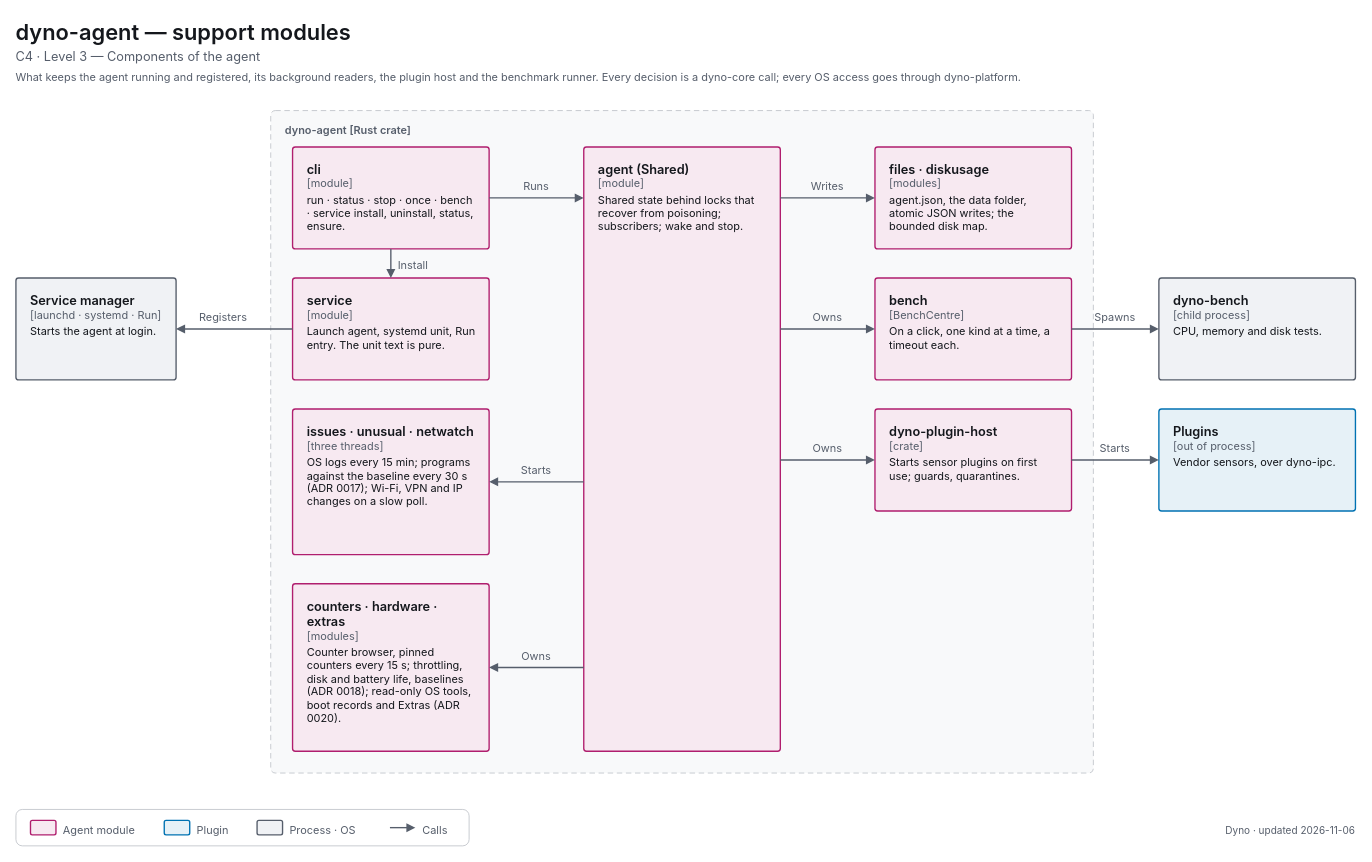
This is apps/dyno/diagrams/c4-3-components-agent-support.drawio from decryp7/paddock, a draw.io file, before an edit. Source tidied: cells renumbered, new cells numbered last; positions are measured from the earlier drawing's top-left corner, leaving out a move shared by most shapes. Both pictures are drawn from the tidied source at 91%, with x=0, y=0 at pixel (15, 15).
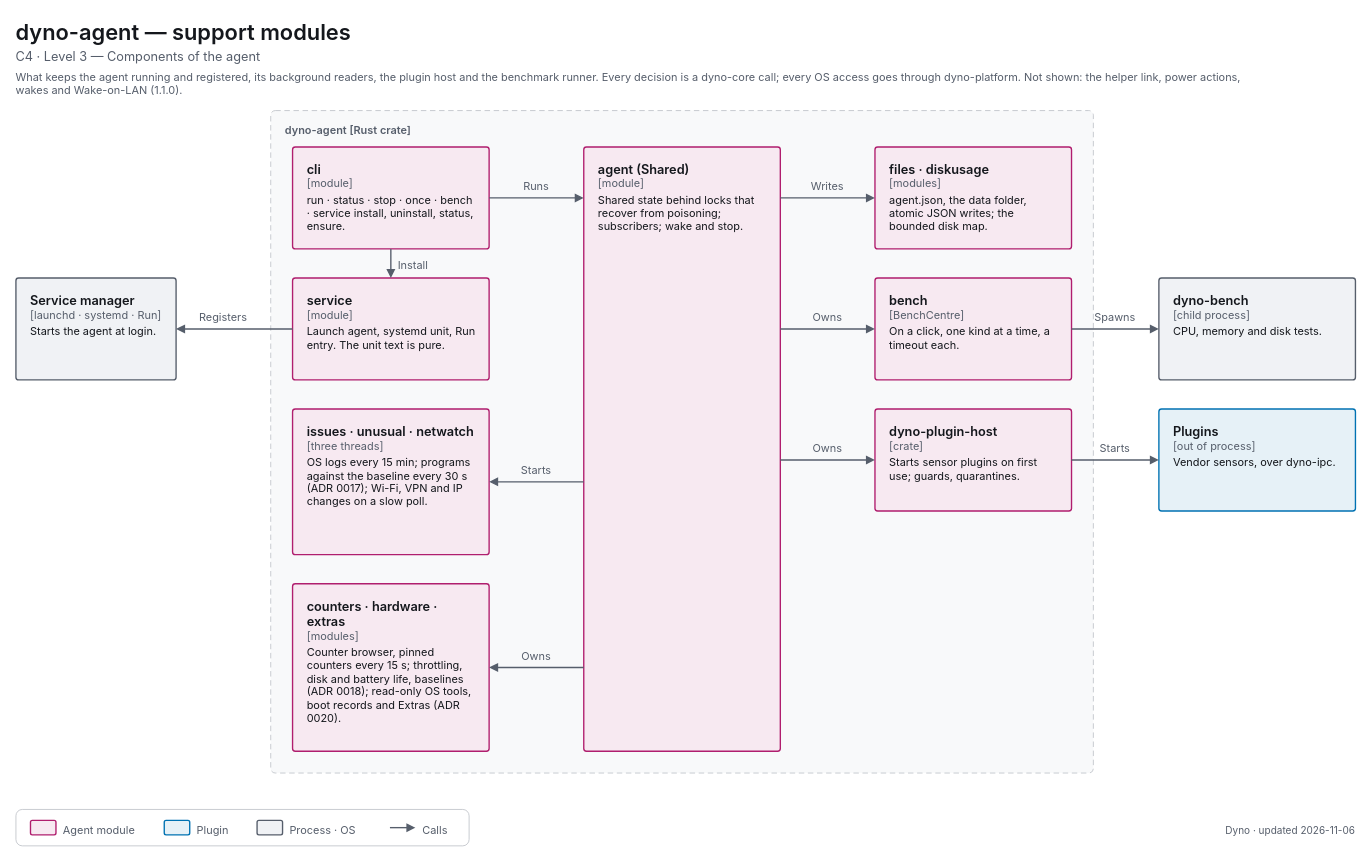
After the change.

What changed in the source:
```diff
@@
-    <mxCell id="4" value="&lt;span style=&quot;font-size:12px;font-weight:400&quot;&gt;What keeps the agent running and registered, its background readers, the plugin host and the benchmark runner. Every decision is a dyno-core call; every OS access goes through dyno-platform.&lt;/span&gt;" style="html=1;whiteSpace=wrap;fontFamily=-apple-system,BlinkMacSystemFont,Segoe UI,system-ui,sans-serif;fontSize=12;fontColor=light-dark(#14171C,#ECEEF1);text;strokeColor=none;fillColor=none;align=left;verticalAlign=top;spacing=0;fontColor=light-dark(#565E6B,#A0A7B2);" parent="1" vertex="1">
+    <mxCell id="4" value="&lt;span style=&quot;font-size:12px;font-weight:400&quot;&gt;What keeps the agent running and registered, its background readers, the plugin host and the benchmark runner. Every decision is a dyno-core call; every OS access goes through dyno-platform. Not shown: the helper link, power actions, wakes and Wake-on-LAN (1.1.0).&lt;/span&gt;" style="html=1;whiteSpace=wrap;fontFamily=-apple-system,BlinkMacSystemFont,Segoe UI,system-ui,sans-serif;fontSize=12;fontColor=light-dark(#14171C,#ECEEF1);text;strokeColor=none;fillColor=none;align=left;verticalAlign=top;spacing=0;fontColor=light-dark(#565E6B,#A0A7B2);" parent="1" vertex="1">
       <mxGeometry y="56" width="1376" height="20" as="geometry" />
     </mxCell>
```
